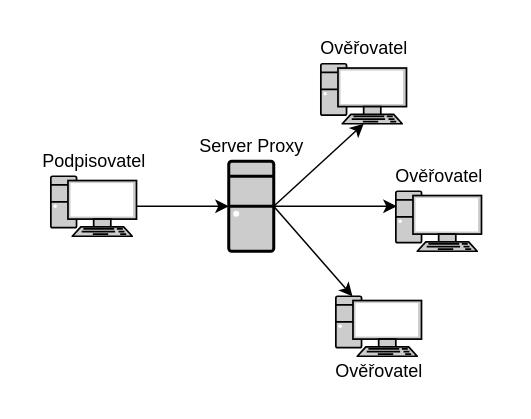
Before: img/network_diagram.drawio in SamoKopecky/ICT3-project, a draw.io diagram. Source tidied: cells renumbered, new cells numbered last; positions are measured from the earlier drawing's top-left corner, leaving out a move shared by most shapes. Both pictures are drawn from the tidied source at 150%, with x=0, y=0 at pixel (26, 26).
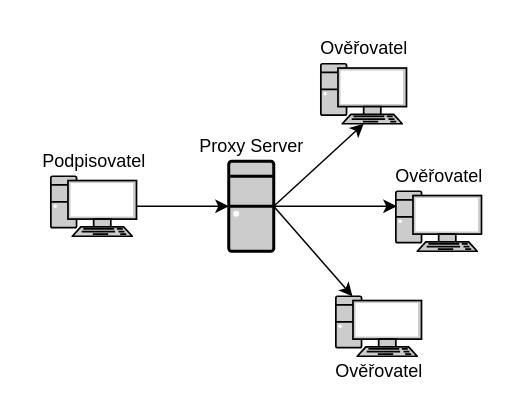
After the change.

Commit message (it also covers changes not shown here):
feat: Add network subchapter explanation

Diff of the diagram source:
```diff
@@
-    <mxCell id="13" value="Server Proxy" style="text;html=1;align=center;verticalAlign=middle;strokeColor=none;fillColor=none;" parent="1" vertex="1">
+    <mxCell id="13" value="Proxy Server" style="text;html=1;align=center;verticalAlign=middle;strokeColor=none;fillColor=none;" parent="1" vertex="1">
       <mxGeometry x="105" y="65" width="90" height="30" as="geometry" />
     </mxCell>
```
